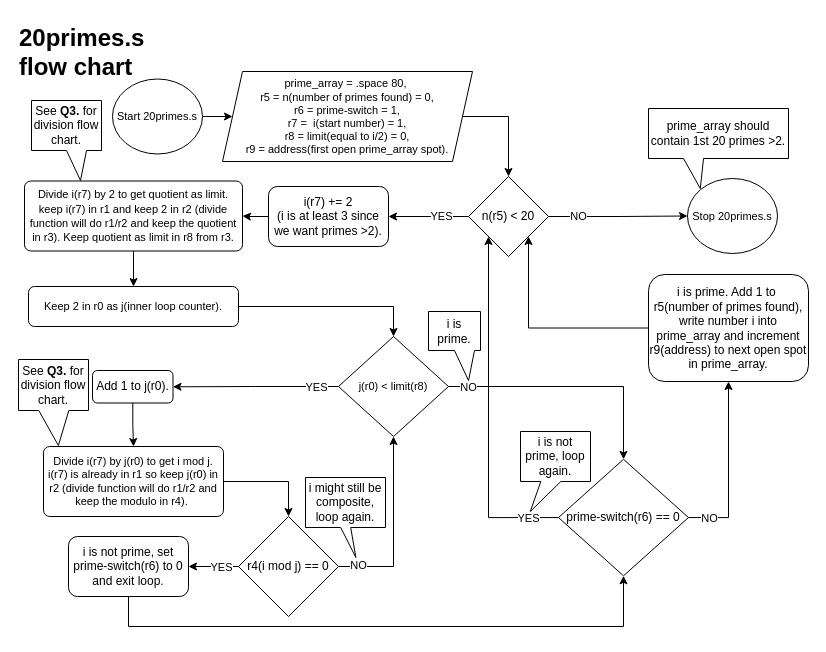
Above: ECE 255/20primes.sFlowChart.drawio in amirabdullahi1/gold (draw.io), before the change. Source tidied: cells renumbered, new cells numbered last; positions are measured from the earlier drawing's top-left corner, leaving out a move shared by most shapes. Both pictures are drawn from the tidied source at 100%, with x=0, y=0 at pixel (17, 17).
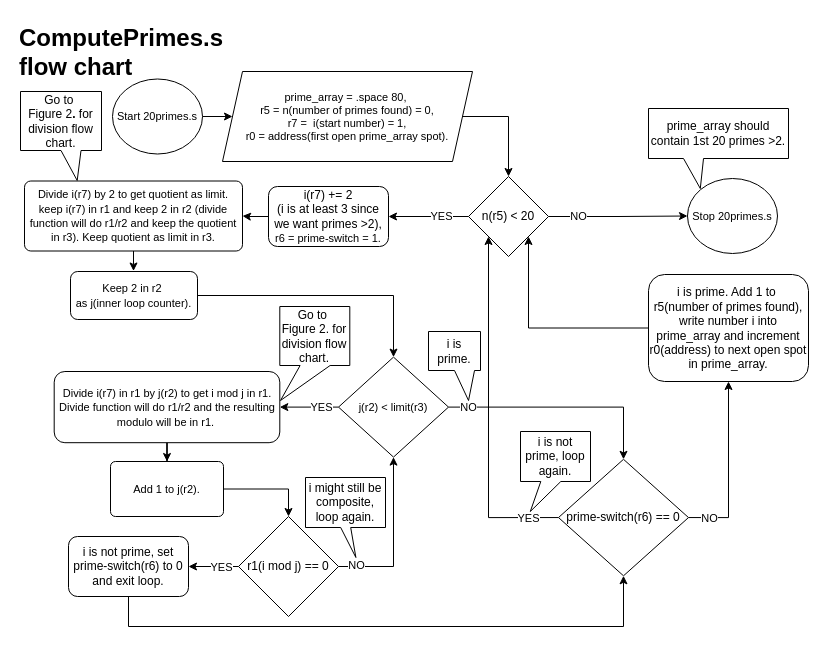
The same page after the edit.

The change refers to these unchanged cells:
```xml
<mxCell id="15" style="edgeStyle=orthogonalEdgeStyle;rounded=0;jettySize=auto;html=1;" parent="1" edge="1" source="19" target="21">
  <mxGeometry relative="1" as="geometry" />
</mxCell>
<mxCell id="38" value="prime-switch(r6) == 0" style="rhombus;whiteSpace=wrap;html=1;" parent="1" vertex="1">
  <mxGeometry x="541" y="441.8" width="130" height="116.5" as="geometry" />
</mxCell>
```

Change to the diagram source:
```diff
@@
-    <mxCell id="5" value="&lt;font style=&quot;font-size: 11px;&quot;&gt;prime_array = .space 80,&amp;nbsp;&lt;/font&gt;&lt;div style=&quot;font-size: 11px;&quot;&gt;&lt;font style=&quot;font-size: 11px;&quot;&gt;r5 = n(number of primes found) = 0,&lt;/font&gt;&lt;/div&gt;&lt;div style=&quot;font-size: 11px;&quot;&gt;&lt;font style=&quot;font-size: 11px;&quot;&gt;r6 = prime-switch = 1,&lt;/font&gt;&lt;/div&gt;&lt;div style=&quot;font-size: 11px;&quot;&gt;&lt;font style=&quot;font-size: 11px;&quot;&gt;r7 =&amp;nbsp; i(start number) = 1,&lt;/font&gt;&lt;/div&gt;&lt;div style=&quot;font-size: 11px;&quot;&gt;&lt;font style=&quot;font-size: 11px;&quot;&gt;r8 = limit(equal to i/2) = 0,&lt;/font&gt;&lt;/div&gt;&lt;div style=&quot;font-size: 11px;&quot;&gt;&lt;font style=&quot;font-size: 11px;&quot;&gt;r9 = address(first open prime_array spot).&lt;/font&gt;&lt;/div&gt;" style="shape=parallelogram;perimeter=parallelogramPerimeter;whiteSpace=wrap;html=1;fixedSize=1;" parent="1" vertex="1">
+    <mxCell id="5" value="&lt;font style=&quot;font-size: 11px;&quot;&gt;prime_array = .space 80,&amp;nbsp;&lt;/font&gt;&lt;div style=&quot;font-size: 11px;&quot;&gt;&lt;font style=&quot;font-size: 11px;&quot;&gt;r5 = n(number of primes found) = 0,&lt;/font&gt;&lt;/div&gt;&lt;div style=&quot;font-size: 11px;&quot;&gt;&lt;font style=&quot;font-size: 11px;&quot;&gt;r7 =&amp;nbsp; i(start number) = 1,&lt;/font&gt;&lt;/div&gt;&lt;div style=&quot;font-size: 11px;&quot;&gt;&lt;font style=&quot;font-size: 11px;&quot;&gt;r0 = address(first open prime_array spot).&lt;/font&gt;&lt;/div&gt;" style="shape=parallelogram;perimeter=parallelogramPerimeter;whiteSpace=wrap;html=1;fixedSize=1;" parent="1" vertex="1">
       <mxGeometry x="205" y="54" width="250" height="90" as="geometry" />
     </mxCell>
@@
-    <mxCell id="10" value="i(r7) += 2&lt;div&gt;(i is at least 3 since we want primes &amp;gt;2).&lt;/div&gt;" style="rounded=1;whiteSpace=wrap;html=1;" parent="1" vertex="1">
+    <mxCell id="10" value="i(r7) += 2&lt;div&gt;(i is at least 3 since we want primes &amp;gt;2),&lt;/div&gt;&lt;div&gt;&lt;span style=&quot;font-size: 11px;&quot;&gt;r6 = prime-switch = 1.&lt;/span&gt;&lt;br&gt;&lt;/div&gt;" style="rounded=1;whiteSpace=wrap;html=1;" parent="1" vertex="1">
       <mxGeometry x="251" y="169" width="120" height="60" as="geometry" />
     </mxCell>
@@
-    <mxCell id="12" value="&lt;div style=&quot;font-size: 11px;&quot;&gt;&lt;font style=&quot;font-size: 11px;&quot;&gt;Divide i(r7) by 2 to get quotient as limit.&lt;/font&gt;&lt;/div&gt;&lt;font style=&quot;font-size: 11px;&quot;&gt;keep i(r7) in r1 and keep 2 in r2 (divide function will do r1/r2 and keep the quotient in r3). Keep quotient as limit in r8 from r3.&lt;/font&gt;" style="rounded=1;whiteSpace=wrap;html=1;arcSize=9;" parent="1" vertex="1">
+    <mxCell id="12" value="&lt;div style=&quot;font-size: 11px;&quot;&gt;&lt;font style=&quot;font-size: 11px;&quot;&gt;Divide i(r7) by 2 to get quotient as limit.&lt;/font&gt;&lt;/div&gt;&lt;font style=&quot;font-size: 11px;&quot;&gt;keep i(r7) in r1 and keep 2 in r2 (divide function will do r1/r2 and keep the quotient in r3). Keep quotient as limit in r3.&lt;/font&gt;" style="rounded=1;whiteSpace=wrap;html=1;arcSize=9;" parent="1" vertex="1">
       <mxGeometry x="7" y="163.5" width="218" height="70" as="geometry" />
     </mxCell>
@@
-    <mxCell id="14" value="&lt;font style=&quot;font-size: 11px;&quot;&gt;Keep 2 in r0 as j(inner loop counter).&lt;/font&gt;" style="rounded=1;whiteSpace=wrap;html=1;" parent="1" vertex="1">
-      <mxGeometry x="11" y="269" width="210" height="40" as="geometry" />
+    <mxCell id="14" value="&lt;font style=&quot;font-size: 11px;&quot;&gt;Keep 2 in r2&amp;nbsp;&lt;/font&gt;&lt;div&gt;&lt;font style=&quot;font-size: 11px;&quot;&gt;as&amp;nbsp;&lt;/font&gt;&lt;span style=&quot;font-size: 11px; background-color: initial;&quot;&gt;j(inner loop counter).&lt;/span&gt;&lt;/div&gt;" style="rounded=1;whiteSpace=wrap;html=1;" parent="1" vertex="1">
+      <mxGeometry x="53" y="254" width="127" height="48" as="geometry" />
     </mxCell>
@@
     <mxCell id="16" value="YES" style="edgeLabel;html=1;align=center;verticalAlign=middle;" parent="15" vertex="1">
       <mxGeometry x="-0.09" relative="1" as="geometry">
-        <mxPoint x="52" as="offset" />
+        <mxPoint x="9" as="offset" />
       </mxGeometry>
     </mxCell>
     <mxCell id="17" style="edgeStyle=orthogonalEdgeStyle;rounded=0;jettySize=auto;html=1;exitX=1;exitY=0.5;exitDx=0;exitDy=0;entryX=0.5;entryY=0;entryDx=0;entryDy=0;" parent="1" edge="1" source="19" target="38">
       <mxGeometry relative="1" as="geometry">
         <Array as="points">
-          <mxPoint x="606" y="369" />
+          <mxPoint x="606" y="390" />
         </Array>
       </mxGeometry>
     </mxCell>
@@
-    <mxCell id="19" value="&lt;font style=&quot;font-size: 11px;&quot;&gt;j(r0) &amp;lt; limit(r8)&lt;/font&gt;" style="rhombus;whiteSpace=wrap;html=1;" parent="1" vertex="1">
-      <mxGeometry x="321" y="319" width="110" height="100" as="geometry" />
+    <mxCell id="19" value="&lt;font style=&quot;font-size: 11px;&quot;&gt;j(r2) &amp;lt; limit(r3)&lt;/font&gt;" style="rhombus;whiteSpace=wrap;html=1;" parent="1" vertex="1">
+      <mxGeometry x="321" y="339.6" width="110" height="100" as="geometry" />
     </mxCell>
@@
-    <mxCell id="21" value="Add 1 to j(r0)." style="rounded=1;whiteSpace=wrap;html=1;" parent="1" vertex="1">
-      <mxGeometry x="75" y="353" width="80.5" height="32.5" as="geometry" />
+    <mxCell id="21" value="&lt;font style=&quot;font-size: 11px;&quot;&gt;Divide i(r7) in r1 by j(r2) to get i mod j in r1. D&lt;/font&gt;&lt;font style=&quot;font-size: 11px; background-color: initial;&quot;&gt;ivide function will do r1/r2 and the resulting modulo will be in r1.&amp;nbsp;&lt;/font&gt;&lt;span style=&quot;text-wrap: nowrap; background-color: initial; color: rgba(0, 0, 0, 0); font-family: monospace; text-align: start; font-size: 0px;&quot;&gt;3CmxGraphModel%3E%3Croot%3E%3CmxCell%20id%3D%220%22%2F%3E%3CmxCell%20id%3D%221%22%20parent%3D%220%22%2F%3E%3CmxCell%20id%3D%222%22%20value%3D%22n(r5)%26amp%3Bnbsp%3B%22%20style%3D%22rhombus%3BwhiteSpace%3Dwrap%3Bhtml%3D1%3B%22%20vertex%3D%221%22%20parent%3D%221%22%3E%3CmxGeometry%20x%3D%22480%22%20y%3D%2290%22%20width%3D%2280%22%20height%3D%2280%22%20as%3D%22geometry%22%2F%3E%3C%2FmxCell%3E%3C%2Froot%3E%3C%2FmxGraphModel%3E&lt;/span&gt;" style="rounded=1;whiteSpace=wrap;html=1;" parent="1" vertex="1">
+      <mxGeometry x="36.7" y="354" width="225.6" height="71.2" as="geometry" />
     </mxCell>
@@
-    <mxCell id="23" value="&lt;div style=&quot;font-size: 11px;&quot;&gt;&lt;font style=&quot;font-size: 11px;&quot;&gt;Divide i(r7) by j(r0) to get i mod j. &lt;/font&gt;&lt;font style=&quot;background-color: initial;&quot;&gt;i(r7) is already in r1 so keep j(r0) in r2 (divide function will do r1/r2 and keep the modulo in r4). &lt;/font&gt;&lt;span style=&quot;background-color: initial; text-wrap: nowrap; color: rgba(0, 0, 0, 0); font-family: monospace; text-align: start; font-size: 0px;&quot;&gt;3CmxGraphModel%3E%3Croot%3E%3CmxCell%20id%3D%220%22%2F%3E%3CmxCell%20id%3D%221%22%20parent%3D%220%22%2F%3E%3CmxCell%20id%3D%222%22%20value%3D%22n(r5)%26amp%3Bnbsp%3B%22%20style%3D%22rhombus%3BwhiteSpace%3Dwrap%3Bhtml%3D1%3B%22%20vertex%3D%221%22%20parent%3D%221%22%3E%3CmxGeometry%20x%3D%22480%22%20y%3D%2290%22%20width%3D%2280%22%20height%3D%2280%22%20as%3D%22geometry%22%2F%3E%3C%2FmxCell%3E%3C%2Froot%3E%3C%2FmxGraphModel%3E&lt;/span&gt;&lt;/div&gt;" style="rounded=1;whiteSpace=wrap;html=1;arcSize=9;" parent="1" vertex="1">
-      <mxGeometry x="26" y="429" width="180" height="70" as="geometry" />
+    <mxCell id="23" value="&lt;div style=&quot;font-size: 11px;&quot;&gt;Add 1 to j(r2).&lt;/div&gt;" style="rounded=1;whiteSpace=wrap;html=1;arcSize=9;" parent="1" vertex="1">
+      <mxGeometry x="93" y="444" width="113" height="55" as="geometry" />
     </mxCell>
@@
-    <mxCell id="28" value="r4(i mod j) == 0" style="rhombus;whiteSpace=wrap;html=1;" parent="1" vertex="1">
+    <mxCell id="28" value="r1(i mod j) == 0" style="rhombus;whiteSpace=wrap;html=1;" parent="1" vertex="1">
       <mxGeometry x="221" y="499" width="100" height="100" as="geometry" />
     </mxCell>
@@
-    <mxCell id="32" value="See &lt;b&gt;Q3.&lt;/b&gt;&amp;nbsp;for division flow chart." style="shape=callout;whiteSpace=wrap;html=1;perimeter=calloutPerimeter;position2=0.7;" parent="1" vertex="1">
-      <mxGeometry x="14" y="83" width="70" height="80" as="geometry" />
+    <mxCell id="32" value="&lt;div&gt;Go to&amp;nbsp;&lt;/div&gt;&lt;div&gt;Figure 2&lt;b&gt;.&lt;/b&gt;&amp;nbsp;for division flow chart.&lt;/div&gt;" style="shape=callout;whiteSpace=wrap;html=1;perimeter=calloutPerimeter;position2=0.7;" parent="1" vertex="1">
+      <mxGeometry x="3" y="74" width="81" height="89" as="geometry" />
     </mxCell>
-    <mxCell id="33" value="See &lt;b&gt;Q3.&lt;/b&gt;&amp;nbsp;for division flow chart." style="shape=callout;whiteSpace=wrap;html=1;perimeter=calloutPerimeter;position2=0.57;size=35;position=0.29;base=30;" parent="1" vertex="1">
-      <mxGeometry x="1" y="342" width="70" height="86" as="geometry" />
+    <mxCell id="33" value="&lt;div&gt;Go to&amp;nbsp;&lt;/div&gt;&lt;div&gt;Figure 2.&amp;nbsp;for division flow chart.&lt;/div&gt;" style="shape=callout;whiteSpace=wrap;html=1;perimeter=calloutPerimeter;position2=0.01;size=35;position=0.29;base=30;" parent="1" vertex="1">
+      <mxGeometry x="262.3" y="289" width="70" height="94" as="geometry" />
     </mxCell>
@@
-    <mxCell id="41" value="i is prime. Add 1 to&amp;nbsp;&lt;div&gt;r5(number of primes found), write number i into prime_array and increment r9(address) to next open spot in prime_array.&lt;/div&gt;" style="rounded=1;whiteSpace=wrap;html=1;" parent="1" vertex="1">
+    <mxCell id="41" value="i is prime. Add 1 to&amp;nbsp;&lt;div&gt;r5(number of primes found), write number i into prime_array and increment r0(address) to next open spot in prime_array.&lt;/div&gt;" style="rounded=1;whiteSpace=wrap;html=1;" parent="1" vertex="1">
       <mxGeometry x="631" y="257" width="160" height="107" as="geometry" />
     </mxCell>
@@
-    <mxCell id="44" value="&lt;h1 style=&quot;margin-top: 0px;&quot;&gt;20primes.s flow chart&lt;/h1&gt;" style="text;html=1;whiteSpace=wrap;overflow=hidden;rounded=0;" parent="1" vertex="1">
-      <mxGeometry width="180" height="120" as="geometry" />
+    <mxCell id="44" value="&lt;h1 style=&quot;margin-top: 0px;&quot;&gt;ComputePrimes.s flow chart&lt;/h1&gt;" style="text;html=1;whiteSpace=wrap;overflow=hidden;rounded=0;" parent="1" vertex="1">
+      <mxGeometry width="213" height="74" as="geometry" />
     </mxCell>
     <mxCell id="45" value="i is prime." style="shape=callout;whiteSpace=wrap;html=1;perimeter=calloutPerimeter;position2=0.77;" parent="1" vertex="1">
-      <mxGeometry x="411" y="294" width="52" height="69" as="geometry" />
+      <mxGeometry x="411" y="314" width="52" height="69" as="geometry" />
     </mxCell>
```
